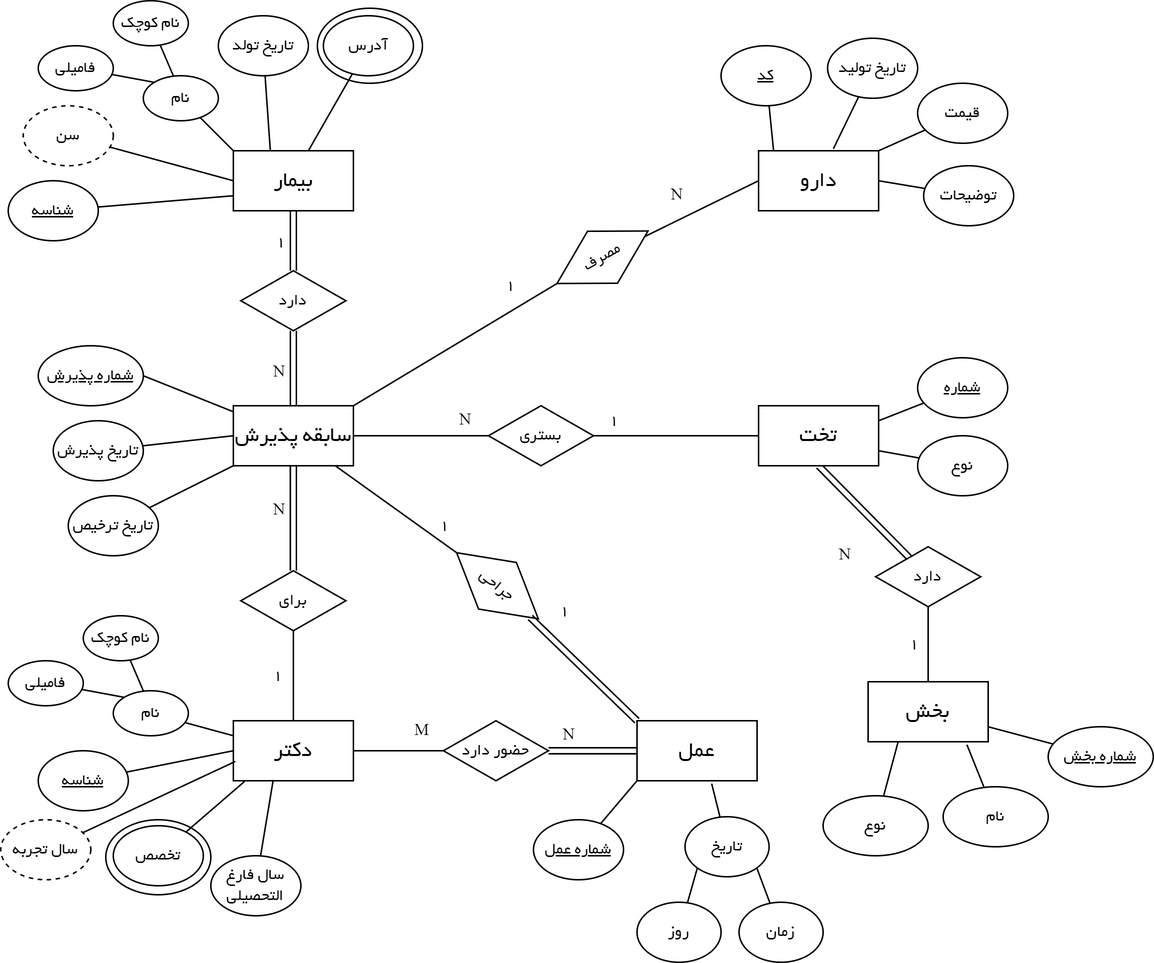
The draw.io diagram 1/pics/Hospital-ER.png in HirbodBehnam/DB-Assignments, before a commit. Source tidied: cells renumbered, new cells last; positions are measured from the earlier drawing's top-left corner, leaving out a move shared by most shapes.
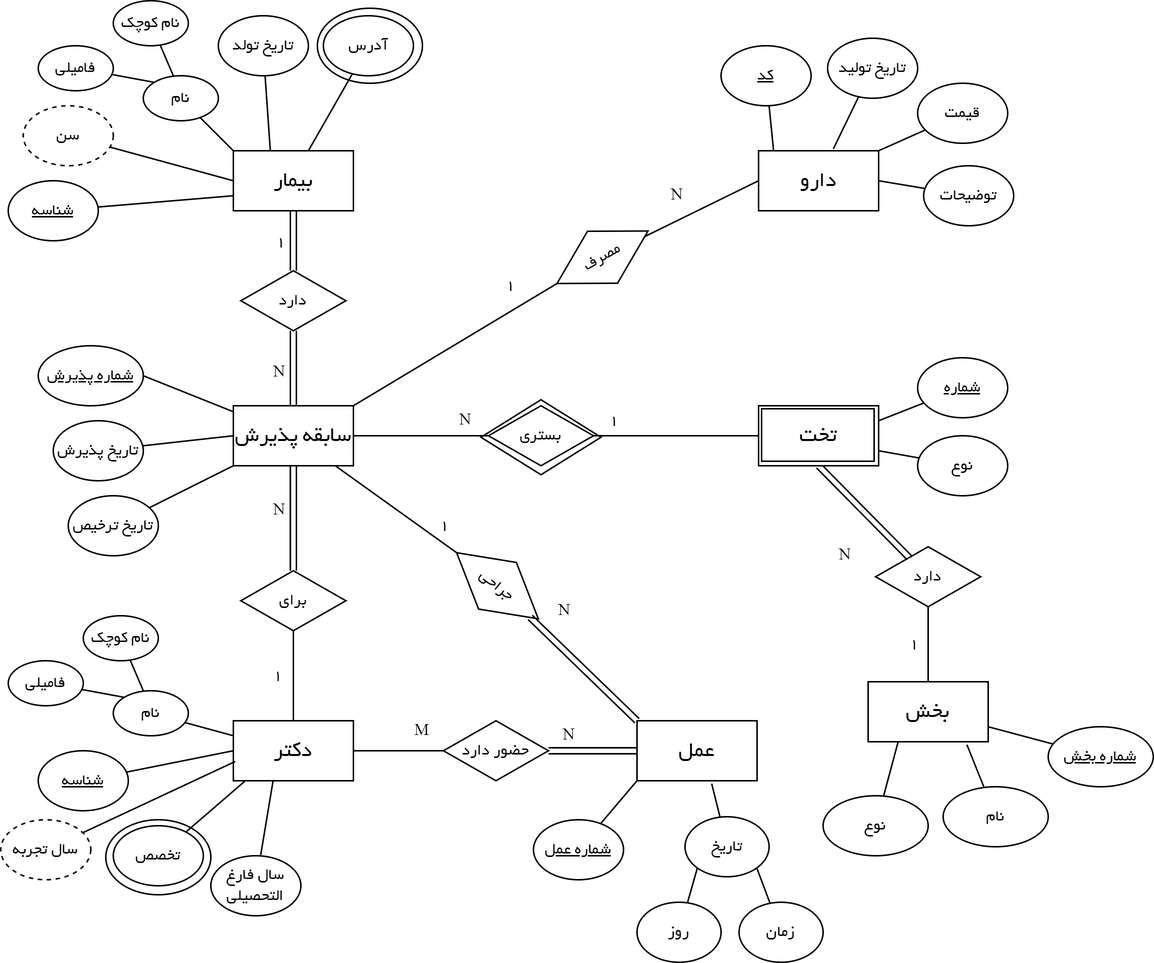
After the commit.

The edit, as a diff of the source:
```diff
@@ -287,7 +287,7 @@
     <mxCell id="96" value="1" style="text;html=1;strokeColor=none;fillColor=none;align=center;verticalAlign=middle;whiteSpace=wrap;rounded=0;shadow=0;sketch=0;strokeWidth=1;fontFamily=B Yekan;fontSize=11;" parent="1" vertex="1">
       <mxGeometry x="281" y="340" width="30" height="20" as="geometry" />
     </mxCell>
-    <mxCell id="97" value="1" style="text;html=1;strokeColor=none;fillColor=none;align=center;verticalAlign=middle;whiteSpace=wrap;rounded=0;shadow=0;sketch=0;strokeWidth=1;fontFamily=B Yekan;fontSize=11;" parent="1" vertex="1">
+    <mxCell id="97" value="N" style="text;html=1;strokeColor=none;fillColor=none;align=center;verticalAlign=middle;whiteSpace=wrap;rounded=0;shadow=0;sketch=0;strokeWidth=1;fontFamily=B Yekan;fontSize=11;" parent="1" vertex="1">
       <mxGeometry x="361" y="397" width="30" height="20" as="geometry" />
     </mxCell>
     <mxCell id="98" style="edgeStyle=none;rounded=0;jettySize=auto;html=1;entryX=0;entryY=1;entryDx=0;entryDy=0;fontFamily=B Yekan;fontSize=11;endArrow=none;endFill=0;" parent="1" edge="1" source="99" target="88">
@@ -314,5 +314,11 @@
     <mxCell id="105" value="زمان" style="ellipse;whiteSpace=wrap;html=1;fontSize=11;fontFamily=B Yekan;fontStyle=0;" parent="1" vertex="1">
       <mxGeometry x="492" y="601" width="56" height="40" as="geometry" />
     </mxCell>
+    <mxCell id="106" style="rounded=0;whiteSpace=wrap;html=1;fontFamily=B Yekan;fontSize=15;fillColor=none;" parent="1" vertex="1">
+      <mxGeometry x="507" y="272" width="75" height="35" as="geometry" />
+    </mxCell>
+    <mxCell id="107" style="rhombus;whiteSpace=wrap;html=1;shadow=0;sketch=0;strokeWidth=1;fontFamily=B Yekan;fontSize=11;fillColor=none;" parent="1" vertex="1">
+      <mxGeometry x="320" y="266" width="80" height="50" as="geometry" />
+    </mxCell>
   </root>
 </mxGraphModel>
```
